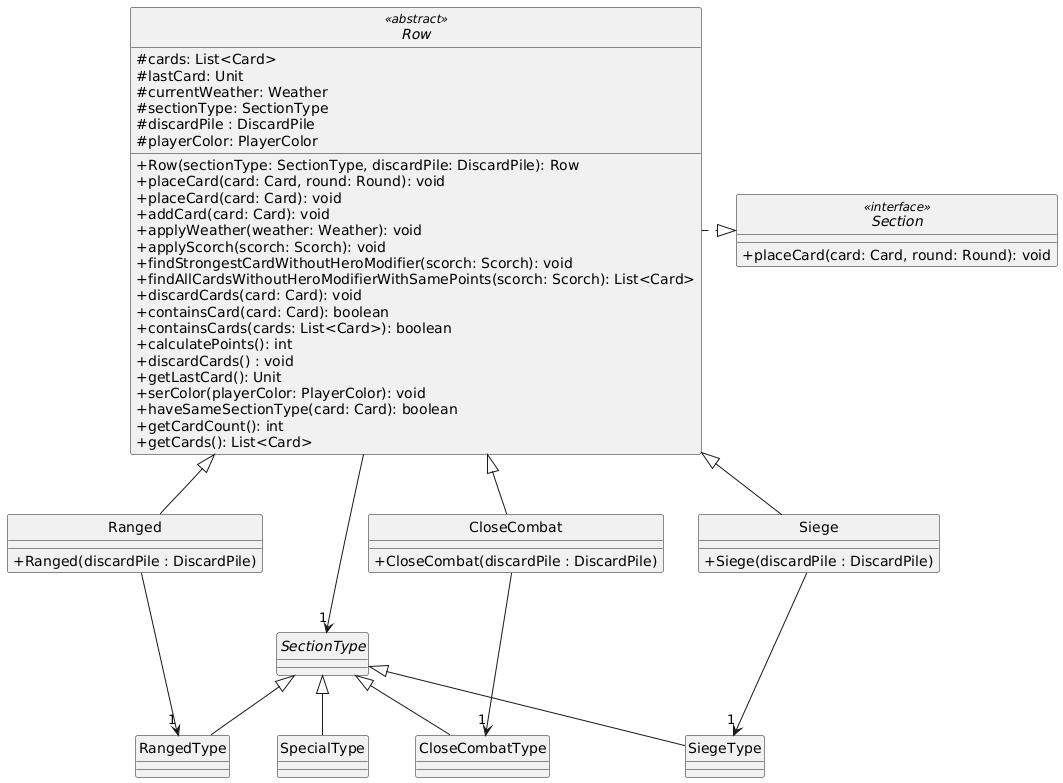
Before: diagrams/classes/row.png, a diagram exported from PlantUML (Yonhir/algo3_proyecto_base_tp2).
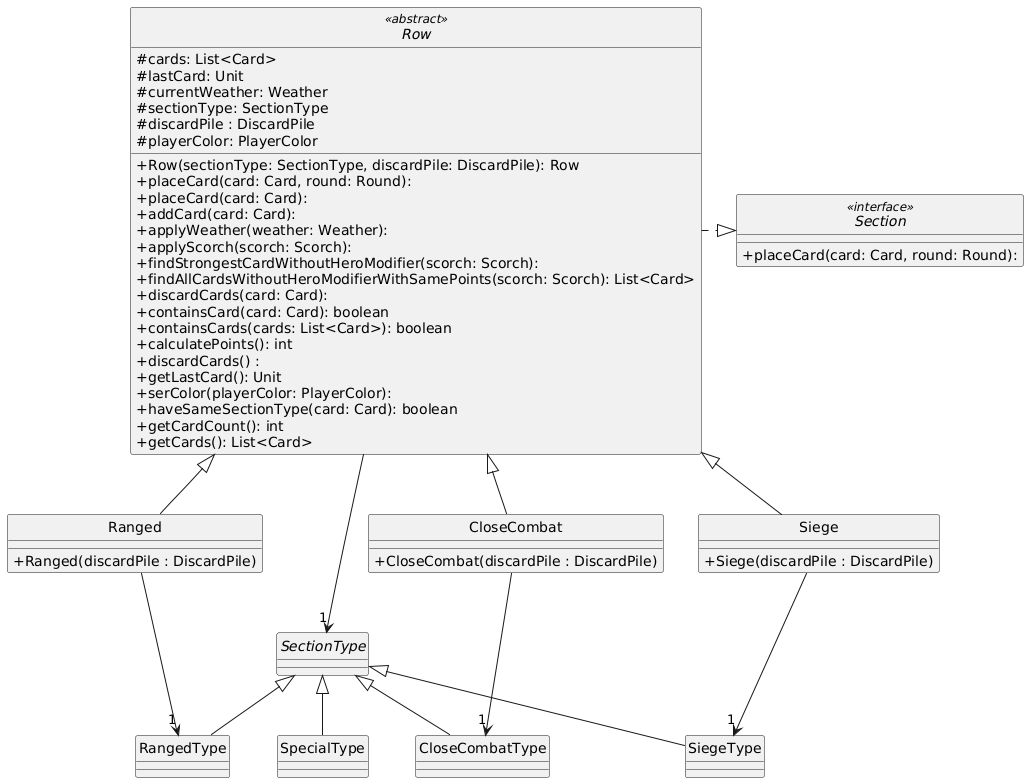
Above is the later version.

Commit message:
saco void de diagramas

What changed in the source:
```diff
@@ -12,20 +12,20 @@
   #discardPile : DiscardPile
   #playerColor: PlayerColor
   +Row(sectionType: SectionType, discardPile: DiscardPile): Row
-  +placeCard(card: Card, round: Round): void
-  +placeCard(card: Card): void
-  +addCard(card: Card): void
-  +applyWeather(weather: Weather): void
-  +applyScorch(scorch: Scorch): void
-  +findStrongestCardWithoutHeroModifier(scorch: Scorch): void
+  +placeCard(card: Card, round: Round):
+  +placeCard(card: Card):
+  +addCard(card: Card):
+  +applyWeather(weather: Weather):
+  +applyScorch(scorch: Scorch):
+  +findStrongestCardWithoutHeroModifier(scorch: Scorch):
   +findAllCardsWithoutHeroModifierWithSamePoints(scorch: Scorch): List<Card>
-  +discardCards(card: Card): void
+  +discardCards(card: Card):
   +containsCard(card: Card): boolean
   +containsCards(cards: List<Card>): boolean
   +calculatePoints(): int
-  +discardCards() : void
+  +discardCards() :
   +getLastCard(): Unit
-  +serColor(playerColor: PlayerColor): void
+  +serColor(playerColor: PlayerColor):
   +haveSameSectionType(card: Card): boolean
   +getCardCount(): int
   +getCards(): List<Card>
@@ -44,7 +44,7 @@
 }
 
 interface Section <<interface>> {
-  +placeCard(card: Card, round: Round): void
+  +placeCard(card: Card, round: Round):
 }
 
 abstract class SectionType
```
